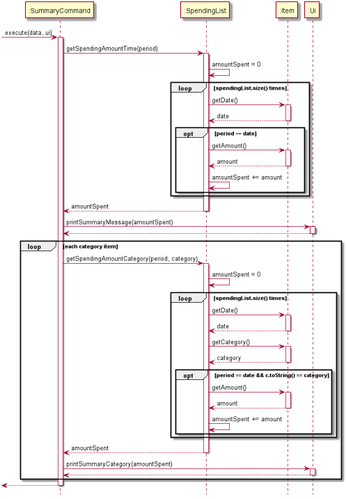
The PlantUML diagram docs/images/SummaryCommand.png in xieyaoyue/tp, before a commit.
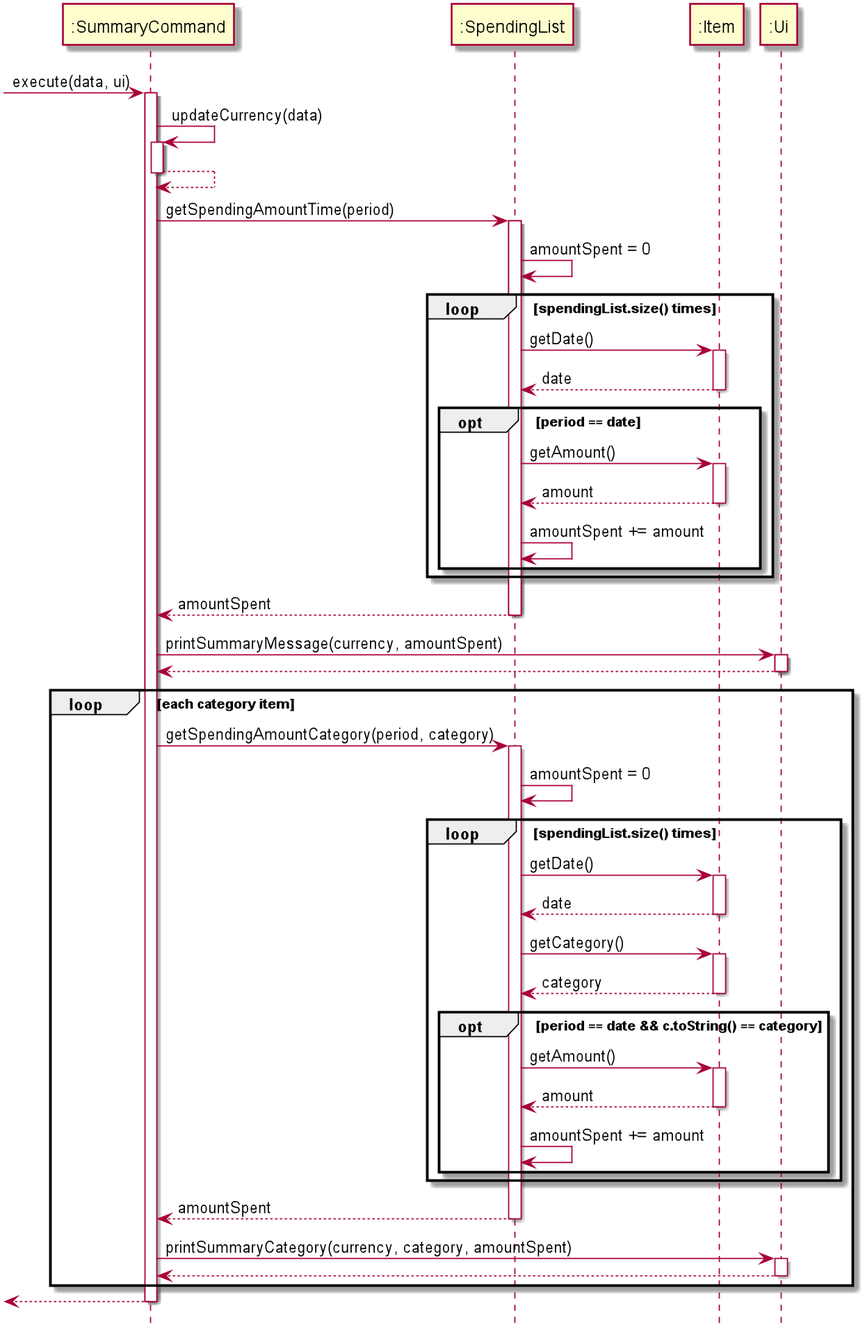
The same file after the commit.

Commit message:
fix uml diagram

What changed in the source:
```diff
@@ -5,6 +5,11 @@
 
 -> ":SummaryCommand": execute(data, ui)
 activate ":SummaryCommand"
+
+":SummaryCommand" -> ":SummaryCommand" : updateCurrency(data)
+activate ":SummaryCommand"
+":SummaryCommand" --> ":SummaryCommand"
+deactivate ":SummaryCommand"
 
 ":SummaryCommand" -> ":SpendingList": getSpendingAmountTime(period)
 activate ":SpendingList"
@@ -31,7 +36,7 @@
 
 ":SpendingList" --> ":SummaryCommand": amountSpent
 deactivate ":SpendingList"
-":SummaryCommand" -> ":Ui" : printSummaryMessage(amountSpent)
+":SummaryCommand" -> ":Ui" : printSummaryMessage(currency, amountSpent)
 activate ":Ui"
 ":Ui" --> ":SummaryCommand"
 deactivate ":Ui"
@@ -64,7 +69,7 @@
 ":SpendingList" --> ":SummaryCommand": amountSpent
 deactivate ":SpendingList"
 
-":SummaryCommand" -> ":Ui" : printSummaryCategory(amountSpent)
+":SummaryCommand" -> ":Ui" : printSummaryCategory(currency, category, amountSpent)
 activate ":Ui"
 ":Ui" --> ":SummaryCommand"
 deactivate ":Ui"
```
